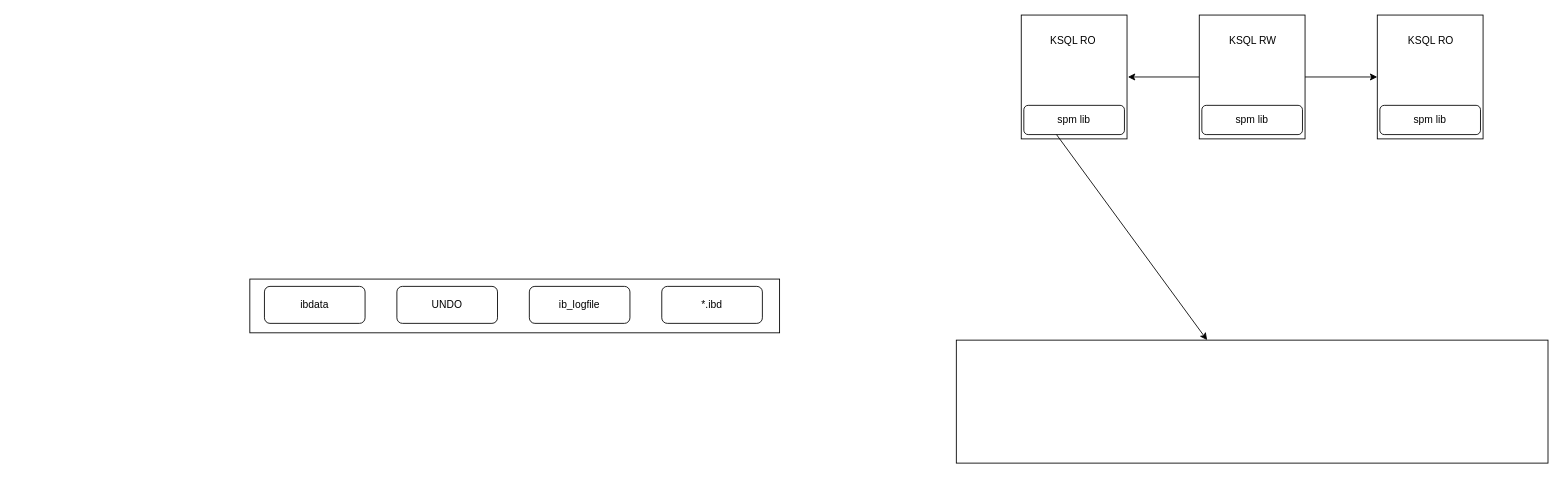
shangyu11/shang keeps this draw.io diagram as page "第 22 页" (22 of 22) of ksql.drawio. Above is the earlier version. Source tidied: cells renumbered, new cells numbered last; positions are measured from the earlier drawing's top-left corner, leaving out a move shared by most shapes. Both pictures are drawn from the tidied source at 86%, with x=0, y=0 at pixel (249, 15).
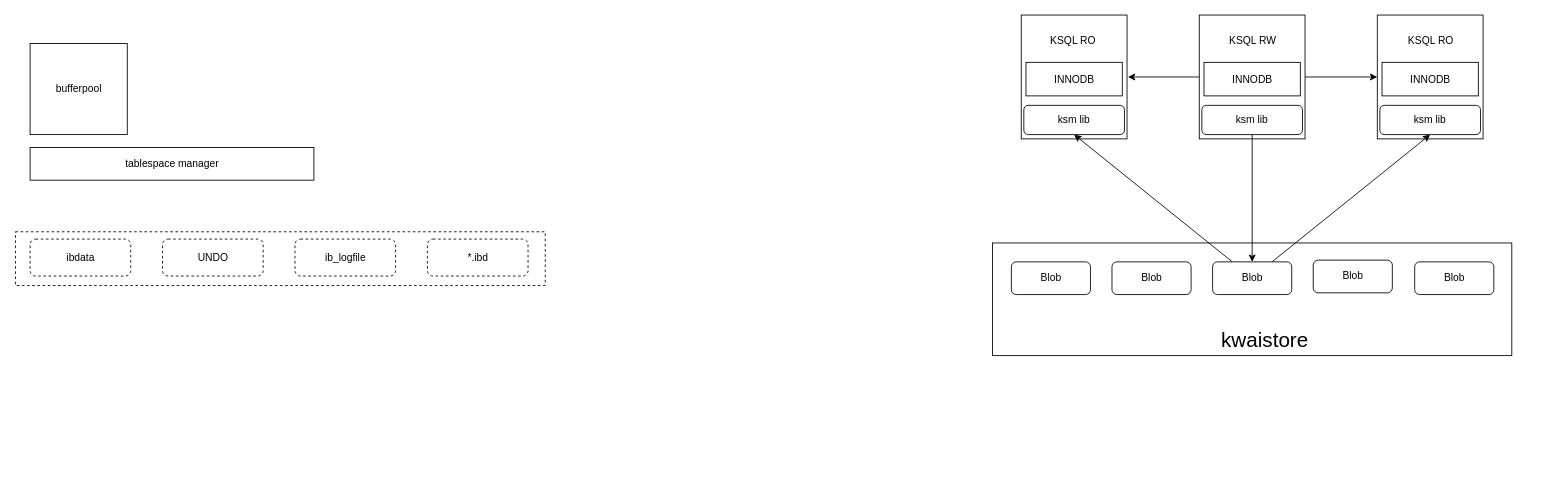
After the change.

Diff of the diagram source:
```diff
@@
     <mxCell id="7" style="rounded=0;whiteSpace=wrap;html=1;" parent="1" vertex="1">
-      <mxGeometry x="821.5" y="378" width="688" height="143" as="geometry" />
+      <mxGeometry x="863.6" y="265" width="603.8" height="131" as="geometry" />
     </mxCell>
-    <mxCell id="8" value="spm lib" style="rounded=1;whiteSpace=wrap;html=1;" parent="1" vertex="1">
+    <mxCell id="8" value="ksm lib" style="rounded=1;whiteSpace=wrap;html=1;" parent="1" vertex="1">
       <mxGeometry x="900" y="105" width="117" height="34" as="geometry" />
     </mxCell>
-    <mxCell id="9" value="spm lib" style="rounded=1;whiteSpace=wrap;html=1;" parent="1" vertex="1">
+    <mxCell id="9" value="ksm lib" style="rounded=1;whiteSpace=wrap;html=1;" parent="1" vertex="1">
       <mxGeometry x="1107" y="105" width="117" height="34" as="geometry" />
     </mxCell>
-    <mxCell id="10" value="spm lib" style="rounded=1;whiteSpace=wrap;html=1;" parent="1" vertex="1">
+    <mxCell id="10" value="ksm lib" style="rounded=1;whiteSpace=wrap;html=1;" parent="1" vertex="1">
       <mxGeometry x="1314" y="105" width="117" height="34" as="geometry" />
     </mxCell>
-    <mxCell id="11" style="endArrow=classic;html=1;rounded=0;" parent="1" edge="1" target="7">
-      <mxGeometry relative="1" as="geometry">
-        <mxPoint x="938" y="139" as="sourcePoint" />
-      </mxGeometry>
+    <mxCell id="11" style="endArrow=classic;html=1;rounded=0;exitX=0.5;exitY=1;exitDx=0;exitDy=0;" parent="1" edge="1" source="9" target="24">
+      <mxGeometry relative="1" as="geometry" />
     </mxCell>
@@
-    <mxCell id="15" value="ibdata" style="rounded=1;whiteSpace=wrap;html=1;" parent="1" vertex="1">
-      <mxGeometry x="17" y="315.5" width="117" height="43" as="geometry" />
+    <mxCell id="15" value="ibdata" style="rounded=1;whiteSpace=wrap;html=1;dashed=1;" parent="1" vertex="1">
+      <mxGeometry x="-255.5" y="260.5" width="117" height="43" as="geometry" />
     </mxCell>
-    <mxCell id="16" value="UNDO" style="rounded=1;whiteSpace=wrap;html=1;" parent="1" vertex="1">
-      <mxGeometry x="171" y="315.5" width="117" height="43" as="geometry" />
+    <mxCell id="16" value="UNDO" style="rounded=1;whiteSpace=wrap;html=1;dashed=1;" parent="1" vertex="1">
+      <mxGeometry x="-101.5" y="260.5" width="117" height="43" as="geometry" />
     </mxCell>
-    <mxCell id="17" value="ib_logfile" style="rounded=1;whiteSpace=wrap;html=1;" parent="1" vertex="1">
-      <mxGeometry x="325" y="315.5" width="117" height="43" as="geometry" />
+    <mxCell id="17" value="ib_logfile" style="rounded=1;whiteSpace=wrap;html=1;dashed=1;" parent="1" vertex="1">
+      <mxGeometry x="52.5" y="260.5" width="117" height="43" as="geometry" />
     </mxCell>
-    <mxCell id="18" value="*.ibd" style="rounded=1;whiteSpace=wrap;html=1;" parent="1" vertex="1">
-      <mxGeometry x="479" y="315.5" width="117" height="43" as="geometry" />
+    <mxCell id="18" value="*.ibd" style="rounded=1;whiteSpace=wrap;html=1;dashed=1;" parent="1" vertex="1">
+      <mxGeometry x="206.5" y="260.5" width="117" height="43" as="geometry" />
     </mxCell>
-    <mxCell id="19" style="rounded=0;whiteSpace=wrap;html=1;fillColor=none;" parent="1" vertex="1">
-      <mxGeometry y="307" width="616" height="62.5" as="geometry" />
+    <mxCell id="19" style="rounded=0;whiteSpace=wrap;html=1;fillColor=none;dashed=1;" parent="1" vertex="1">
+      <mxGeometry x="-272.5" y="252" width="616" height="62.5" as="geometry" />
     </mxCell>
+    <mxCell id="20" value="Blob" style="rounded=1;whiteSpace=wrap;html=1;" parent="1" vertex="1">
+      <mxGeometry x="885.5" y="287" width="92" height="38" as="geometry" />
+    </mxCell>
+    <mxCell id="21" value="Blob" style="rounded=1;whiteSpace=wrap;html=1;" parent="1" vertex="1">
+      <mxGeometry x="1002.5" y="287" width="92" height="38" as="geometry" />
+    </mxCell>
+    <mxCell id="22" style="rounded=0;jettySize=auto;html=1;exitX=0.75;exitY=0;exitDx=0;exitDy=0;entryX=0.5;entryY=1;entryDx=0;entryDy=0;" parent="1" edge="1" source="24" target="10">
+      <mxGeometry relative="1" as="geometry" />
+    </mxCell>
+    <mxCell id="23" style="rounded=0;jettySize=auto;html=1;exitX=0.25;exitY=0;exitDx=0;exitDy=0;entryX=0.5;entryY=1;entryDx=0;entryDy=0;" parent="1" edge="1" source="24" target="8">
+      <mxGeometry relative="1" as="geometry" />
+    </mxCell>
+    <mxCell id="24" value="Blob" style="rounded=1;whiteSpace=wrap;html=1;" parent="1" vertex="1">
+      <mxGeometry x="1119.5" y="287" width="92" height="38" as="geometry" />
+    </mxCell>
+    <mxCell id="25" value="Blob" style="rounded=1;whiteSpace=wrap;html=1;" parent="1" vertex="1">
+      <mxGeometry x="1236.5" y="285" width="92" height="38" as="geometry" />
+    </mxCell>
+    <mxCell id="26" value="Blob" style="rounded=1;whiteSpace=wrap;html=1;" parent="1" vertex="1">
+      <mxGeometry x="1354.5" y="287" width="92" height="38" as="geometry" />
+    </mxCell>
+    <mxCell id="27" value="INNODB" style="rounded=0;whiteSpace=wrap;html=1;" parent="1" vertex="1">
+      <mxGeometry x="902.5" y="55" width="112" height="39" as="geometry" />
+    </mxCell>
+    <mxCell id="28" value="INNODB" style="rounded=0;whiteSpace=wrap;html=1;" parent="1" vertex="1">
+      <mxGeometry x="1109.5" y="55" width="112" height="39" as="geometry" />
+    </mxCell>
+    <mxCell id="29" value="INNODB" style="rounded=0;whiteSpace=wrap;html=1;" parent="1" vertex="1">
+      <mxGeometry x="1316.5" y="55" width="112" height="39" as="geometry" />
+    </mxCell>
+    <mxCell id="30" value="&lt;font style=&quot;font-size: 24px;&quot;&gt;kwaistore&lt;/font&gt;" style="text;html=1;align=center;verticalAlign=middle;strokeColor=none;fillColor=none;" parent="1" vertex="1">
+      <mxGeometry x="1120" y="357" width="119" height="41" as="geometry" />
+    </mxCell>
+    <mxCell id="31" value="bufferpool" style="rounded=0;whiteSpace=wrap;html=1;" parent="1" vertex="1">
+      <mxGeometry x="-255.5" y="33" width="113" height="106" as="geometry" />
+    </mxCell>
+    <mxCell id="32" value="tablespace manager" style="rounded=0;whiteSpace=wrap;html=1;" parent="1" vertex="1">
+      <mxGeometry x="-255.5" y="154" width="330" height="38" as="geometry" />
+    </mxCell>
```
